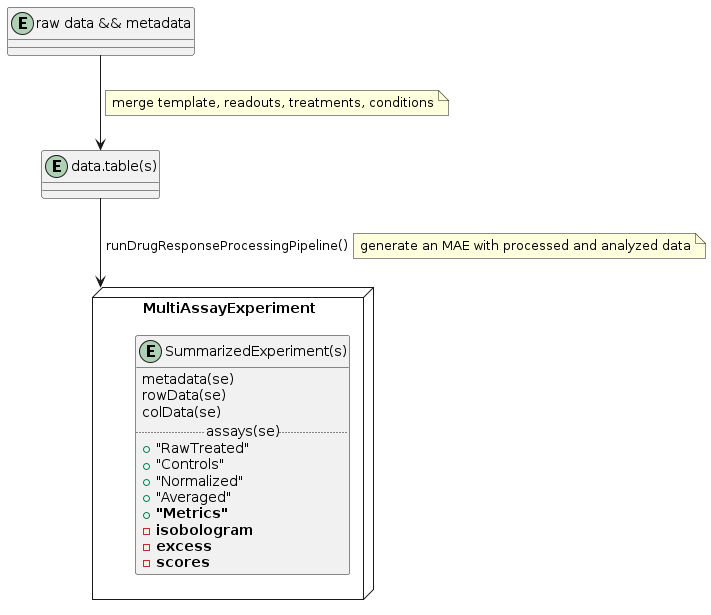
The PlantUML diagram inst/images/pipeline2.png in gdrplatform/gDRcore, before a commit.
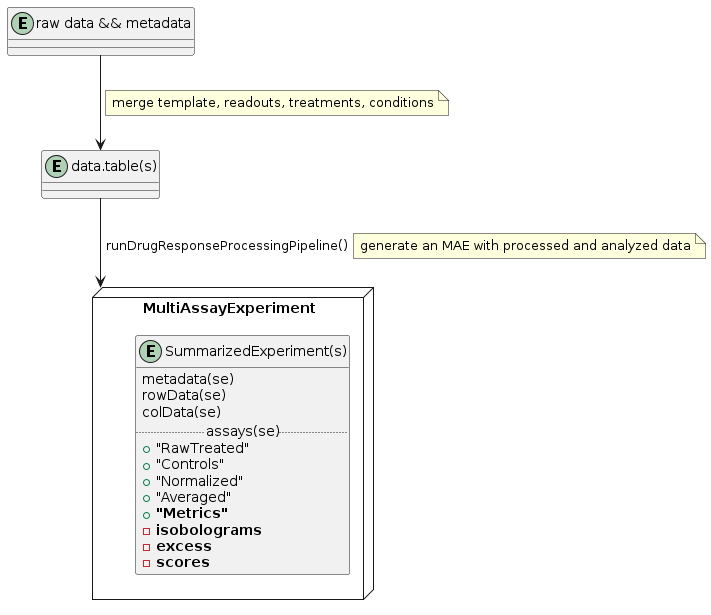
After the change.

Change to the diagram source:
```diff
@@ -18,7 +18,7 @@
  + "Normalized"
  + "Averaged"
  + **"Metrics"**
- - **isobologram**
+ - **isobolograms**
  - **excess**
  - **scores**
 }
```
